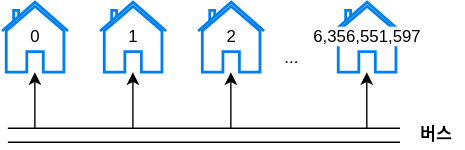
The draw.io diagram 03/yongki/assets/memory.drawio.svg in cs-study-org/cs-study, before a commit. Source tidied: cells renumbered, new cells last; positions are measured from the earlier drawing's top-left corner, leaving out a move shared by most shapes.
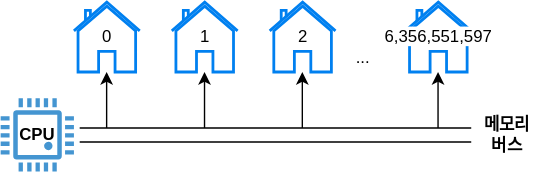
Above is the later version.

Commit message:
:bento: Add memory bus asset

Diff of the diagram source:
```diff
@@ -56,8 +56,14 @@
         <mxPoint x="260.4" y="50" as="targetPoint" />
       </mxGeometry>
     </mxCell>
-    <mxCell id="16" value="&lt;b&gt;버스&lt;/b&gt;" style="text;html=1;strokeColor=none;fillColor=none;align=center;verticalAlign=middle;whiteSpace=wrap;rounded=0;" parent="1" vertex="1">
-      <mxGeometry x="290" y="85" width="40" height="20" as="geometry" />
-    </mxCell>
+    <mxCell id="17" style="shadow=0;dashed=0;html=1;strokeColor=none;fillColor=#4495D1;labelPosition=center;verticalLabelPosition=bottom;verticalAlign=top;align=center;shape=mxgraph.veeam.cpu;" parent="1" vertex="1">
+      <mxGeometry x="-52.4" y="68.8" width="52.4" height="52.4" as="geometry" />
+    </mxCell>
+    <mxCell id="18" value="&lt;b&gt;CPU&lt;/b&gt;" style="text;html=1;strokeColor=none;fillColor=none;align=center;verticalAlign=middle;whiteSpace=wrap;rounded=0;" parent="1" vertex="1">
+      <mxGeometry x="-46.2" y="85" width="40" height="20" as="geometry" />
+    </mxCell>
+    <mxCell id="19" value="&lt;b&gt;메모리&lt;br&gt;버스&lt;/b&gt;" style="text;html=1;strokeColor=none;fillColor=none;align=center;verticalAlign=middle;whiteSpace=wrap;rounded=0;" parent="1" vertex="1">
+      <mxGeometry x="290" y="85" width="40" height="20" as="geometry" />
+    </mxCell>
   </root>
 </mxGraphModel>
```
